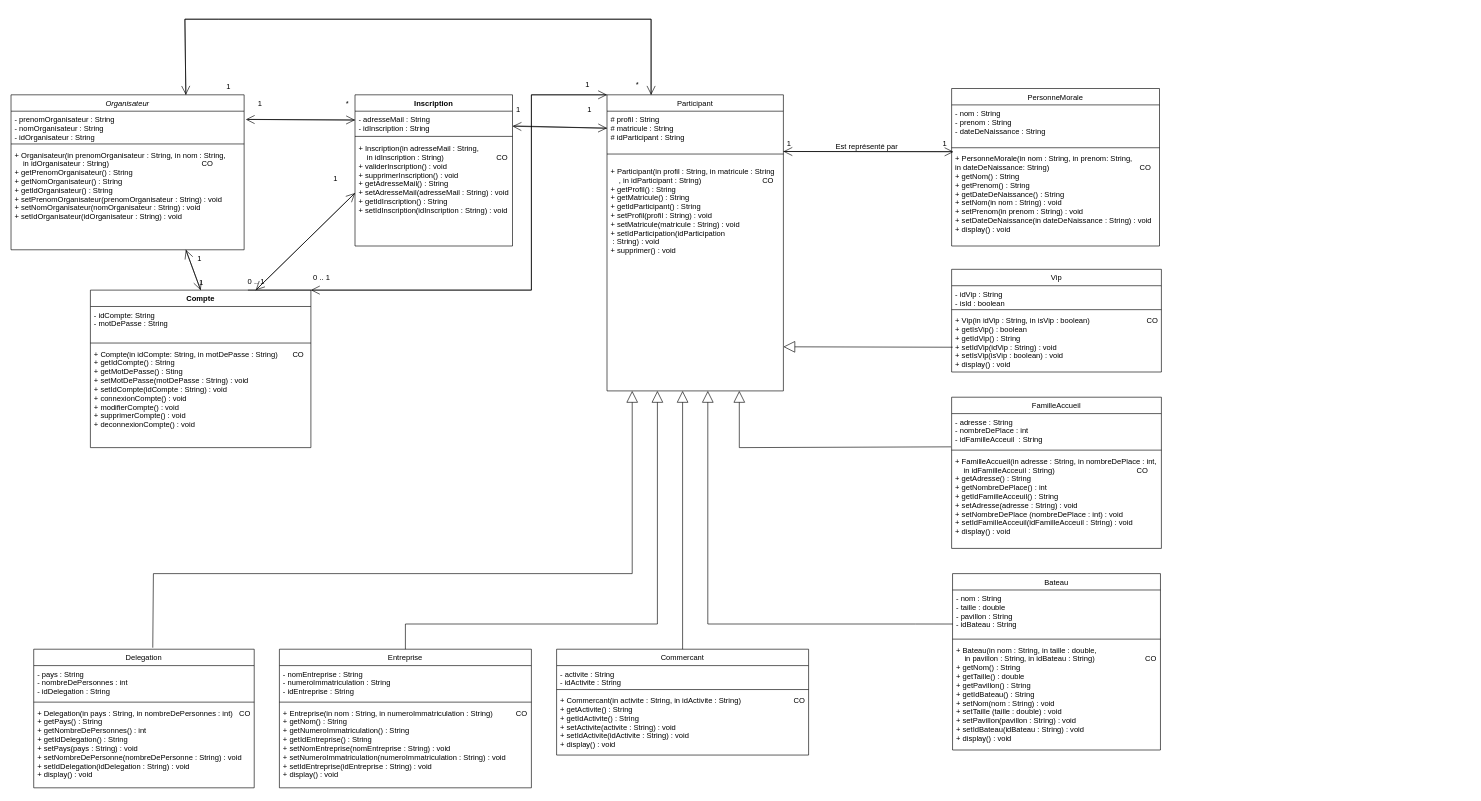
Before: page "Diagramme de classe global" (2 of 6) of Untitled Diagram.drawio in JeanLannes/Projet-De-Logiciel, a draw.io diagram. Source tidied: cells renumbered, new cells numbered last; positions are measured from the earlier drawing's top-left corner, leaving out a move shared by most shapes. Both pictures are drawn from the tidied source at 63%, with x=0, y=0 at pixel (11, 19).
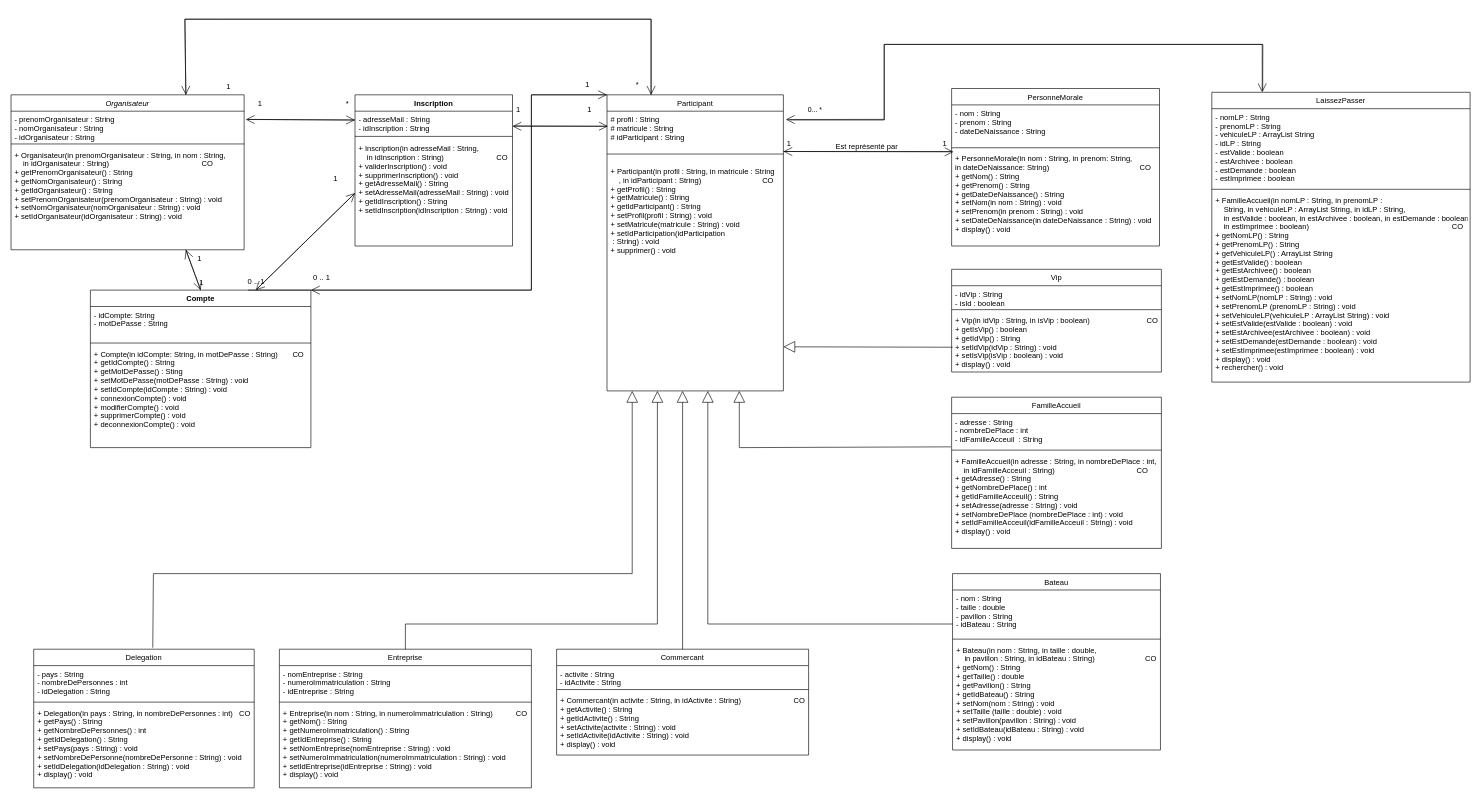
Above is the later version.

Unchanged cells that the change refers to:
```xml
<mxCell id="7" value="# profil : String&#10;# matricule : String&#10;# idParticipant : String" style="text;align=left;verticalAlign=top;spacingLeft=4;spacingRight=4;overflow=hidden;points=[[0,0.5],[1,0.5]];portConstraint=eastwest;rounded=0;shadow=0;html=0;" parent="6" vertex="1">
  <mxGeometry y="26" width="280" height="54" as="geometry" />
</mxCell>
<mxCell id="42" value="- adresseMail : String&lt;br&gt;- idInscription : String&amp;nbsp;" style="text;strokeColor=none;fillColor=none;align=left;verticalAlign=top;spacingLeft=4;spacingRight=4;overflow=hidden;points=[[0,0.5],[1,0.5]];portConstraint=eastwest;horizontal=1;enumerate=0;comic=0;html=1;perimeter=rectanglePerimeter;" parent="41" vertex="1">
  <mxGeometry y="26" width="250" height="34" as="geometry" />
</mxCell>
```

The edit, as a diff of the source:
```diff
@@
-    <mxCell id="65" style="endArrow=open;endFill=1;endSize=12;html=1;rounded=0;exitX=0;exitY=0.5;exitDx=0;exitDy=0;" parent="1" edge="1" source="7">
+    <mxCell id="65" style="endArrow=open;endFill=1;endSize=12;html=1;rounded=0;" parent="1" edge="1">
       <mxGeometry relative="1" as="geometry">
+        <mxPoint x="946" y="170" as="sourcePoint" />
         <mxPoint x="796" y="170" as="targetPoint" />
       </mxGeometry>
     </mxCell>
-    <mxCell id="66" style="endArrow=open;endFill=1;endSize=12;html=1;rounded=0;entryX=0;entryY=0.5;entryDx=0;entryDy=0;exitX=1.006;exitY=0.685;exitDx=0;exitDy=0;exitPerimeter=0;" parent="1" edge="1" source="42" target="7">
+    <mxCell id="66" style="endArrow=open;endFill=1;endSize=12;html=1;rounded=0;entryX=0.005;entryY=0.442;entryDx=0;entryDy=0;exitX=1.006;exitY=0.685;exitDx=0;exitDy=0;exitPerimeter=0;entryPerimeter=0;" parent="1" edge="1" source="42" target="7">
       <mxGeometry relative="1" as="geometry" />
     </mxCell>
@@
+    <mxCell id="81" value="LaissezPasser" style="swimlane;fontStyle=0;align=center;verticalAlign=top;horizontal=1;startSize=26;rounded=0;shadow=0;strokeWidth=1;" parent="1" vertex="1">
+      <mxGeometry x="1906" y="116" width="410" height="460" as="geometry" />
+    </mxCell>
+    <mxCell id="82" value="- nomLP : String&#10;- prenomLP : String&#10;- vehiculeLP : ArrayList String&#10;- idLP : String&#10;- estValide : boolean&#10;- estArchivee : boolean&#10;- estDemande : boolean&#10;- estImprimee : boolean" style="text;align=left;verticalAlign=top;spacingLeft=4;spacingRight=4;overflow=hidden;" parent="81" vertex="1">
+      <mxGeometry y="26" width="410" height="124" as="geometry" />
+    </mxCell>
+    <mxCell id="83" style="line;html=1;strokeWidth=1;align=left;verticalAlign=middle;spacingTop=-1;spacingLeft=3;spacingRight=3;labelPosition=right;" parent="81" vertex="1">
+      <mxGeometry y="150" width="410" height="8" as="geometry" />
+    </mxCell>
+    <mxCell id="84" value="+ FamilleAccueil(in nomLP : String, in prenomLP : &#10;    String, in vehiculeLP : ArrayList String, in idLP : String, &#10;    in estValide : boolean, in estArchivee : boolean, in estDemande : boolean,&#10;    in estImprimee : boolean)                                                                    CO&#10;+ getNomLP() : String&#10;+ getPrenomLP() : String&#10;+ getVehiculeLP() : ArrayList String&#10;+ getEstValide() : boolean&#10;+ getEstArchivee() : boolean &#10;+ getEstDemande() : boolean &#10;+ getEstImprimee() : boolean &#10;+ setNomLP(nomLP : String) : void&#10;+ setPrenomLP (prenomLP : String) : void&#10;+ setVehiculeLP(vehiculeLP : ArrayList String) : void&#10;+ setEstValide(estValide : boolean) : void&#10;+ setEstArchivee(estArchivee : boolean) : void&#10;+ setEstDemande(estDemande : boolean) : void&#10;+ setEstImprimee(estImprimee : boolean) : void&#10;+ display() : void&#10;+ rechercher() : void&#10;" style="text;align=left;verticalAlign=top;spacingLeft=4;spacingRight=4;overflow=hidden;" parent="81" vertex="1">
+      <mxGeometry y="158" width="410" height="302" as="geometry" />
+    </mxCell>
+    <mxCell id="85" style="endArrow=open;endFill=1;endSize=12;html=1;rounded=0;entryX=1.014;entryY=0.245;entryDx=0;entryDy=0;entryPerimeter=0;exitX=0.197;exitY=-0.006;exitDx=0;exitDy=0;exitPerimeter=0;" parent="1" edge="1" source="81" target="7">
+      <mxGeometry relative="1" as="geometry">
+        <Array as="points">
+          <mxPoint x="1987" y="40" />
+          <mxPoint x="1386" y="40" />
+          <mxPoint x="1386" y="159" />
+        </Array>
+      </mxGeometry>
+    </mxCell>
+    <mxCell id="86" style="endArrow=open;endFill=1;endSize=12;html=1;rounded=0;entryX=0.25;entryY=0;entryDx=0;entryDy=0;" parent="1" edge="1">
+      <mxGeometry relative="1" as="geometry">
+        <mxPoint x="1236" y="160" as="sourcePoint" />
+        <mxPoint x="1986" y="116" as="targetPoint" />
+        <Array as="points">
+          <mxPoint x="1386" y="160" />
+          <mxPoint x="1386" y="40" />
+          <mxPoint x="1986" y="40" />
+        </Array>
+      </mxGeometry>
+    </mxCell>
+    <mxCell id="87" value="0... *" style="edgeLabel;html=1;align=center;verticalAlign=middle;" parent="86" vertex="1">
+      <mxGeometry x="-0.94" y="-3" relative="1" as="geometry">
+        <mxPoint x="11" y="-21" as="offset" />
+      </mxGeometry>
+    </mxCell>
```
